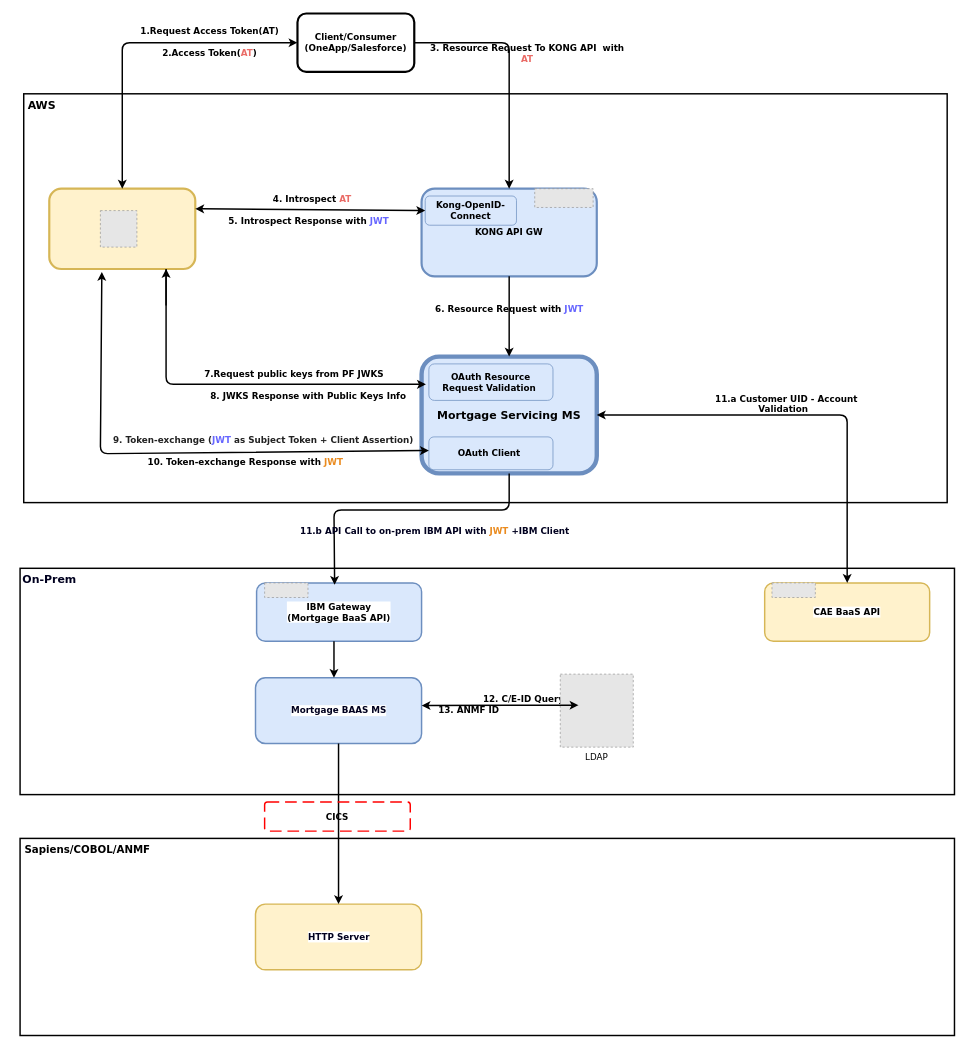
Above: baas.drawio in rajeshpotesanuk/demo-docs (draw.io), before the change. Source tidied: cells renumbered, new cells numbered last; positions are measured from the earlier drawing's top-left corner, leaving out a move shared by most shapes. Both pictures are drawn from the tidied source at 73%, with x=0, y=0 at pixel (12, 13). Pictures stored in the file or linked from it are replaced by grey dashed boxes.
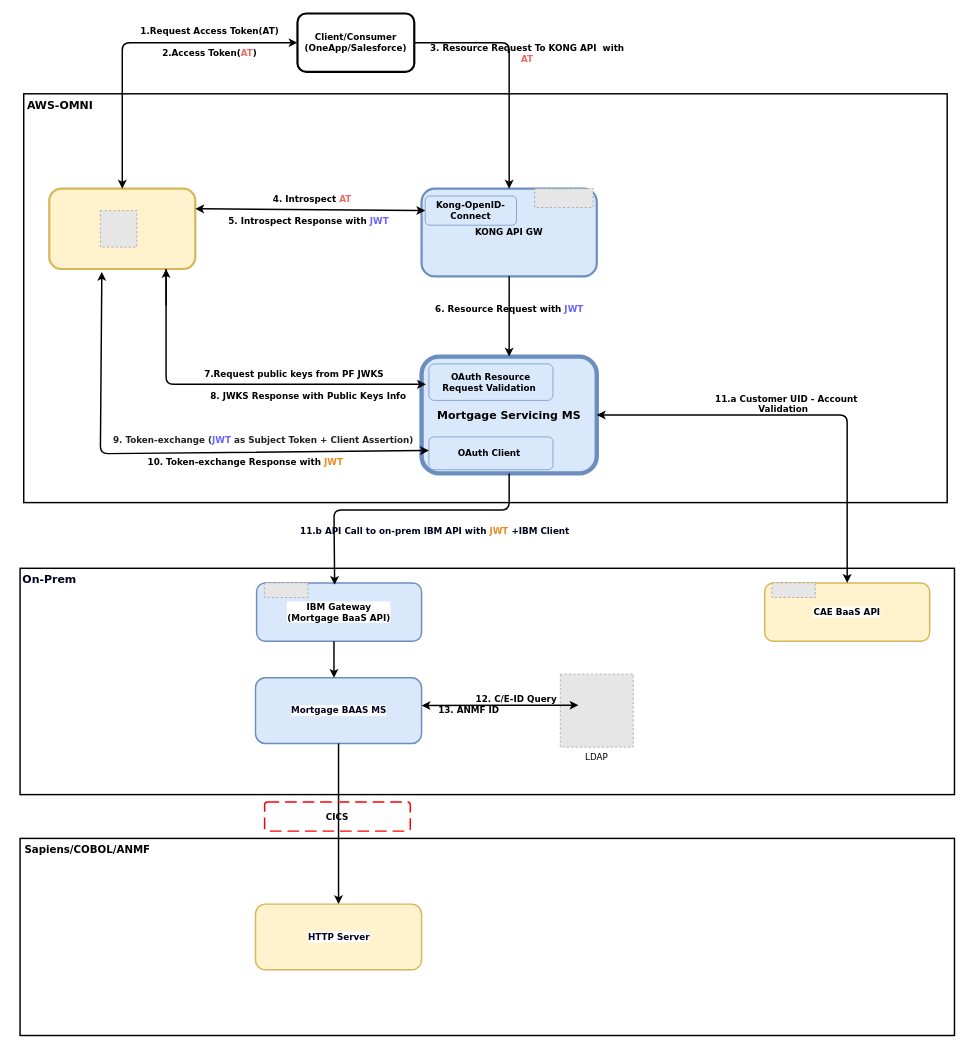
After the change.

Diff of the diagram source:
```diff
@@
     <mxCell id="40" value="&lt;b&gt;12. C/E-ID Query&lt;/b&gt;" style="text;html=1;strokeColor=none;fillColor=none;align=center;verticalAlign=middle;whiteSpace=wrap;rounded=0;fontFamily=Verdana;" parent="1" vertex="1">
-      <mxGeometry x="640" y="925" width="120" height="30" as="geometry" />
+      <mxGeometry x="630" y="925" width="120" height="30" as="geometry" />
     </mxCell>
@@
-    <mxCell id="51" value="&lt;b&gt;&lt;font style=&quot;font-size: 15px;&quot;&gt;AWS&lt;/font&gt;&lt;/b&gt;" style="text;html=1;strokeColor=none;fillColor=none;align=center;verticalAlign=middle;whiteSpace=wrap;rounded=0;fontFamily=Verdana;" parent="1" vertex="1">
-      <mxGeometry y="110" width="80" height="30" as="geometry" />
+    <mxCell id="51" value="&lt;b&gt;&lt;font style=&quot;font-size: 15px;&quot;&gt;AWS-OMNI&lt;/font&gt;&lt;/b&gt;" style="text;html=1;strokeColor=none;fillColor=none;align=center;verticalAlign=middle;whiteSpace=wrap;rounded=0;fontFamily=Verdana;" parent="1" vertex="1">
+      <mxGeometry y="110" width="130" height="30" as="geometry" />
     </mxCell>
```
